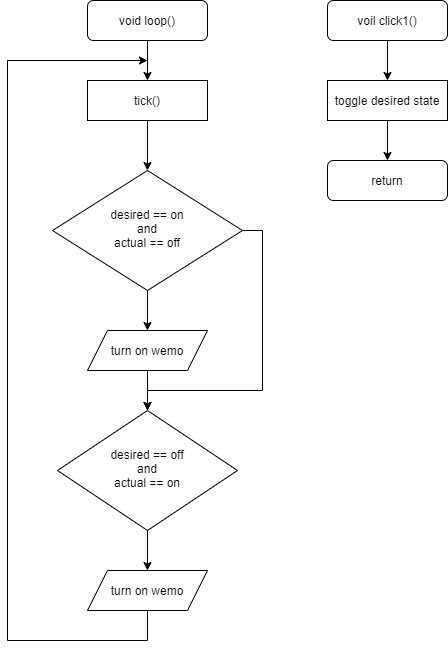
Above: L08_Ethernet/wemoNoTimer.png in ddc-iot/instructor_master (draw.io), before the change. Source tidied: cells renumbered, new cells last; positions are measured from the earlier drawing's top-left corner, leaving out a move shared by most shapes.
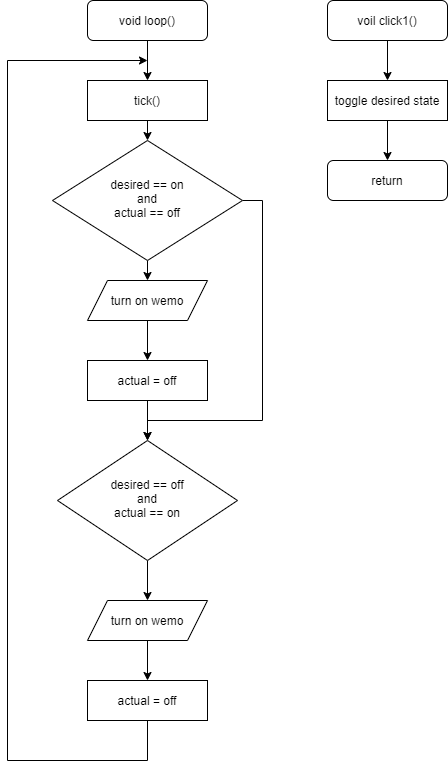
The same diagram one commit later.

What changed in the source:
```diff
@@ -8,20 +8,20 @@
     <mxCell id="3" value="void loop()" style="rounded=1;whiteSpace=wrap;html=1;fontSize=12;glass=0;strokeWidth=1;shadow=0;" parent="1" vertex="1">
       <mxGeometry x="80" width="120" height="40" as="geometry" />
     </mxCell>
+    <mxCell id="5" style="edgeStyle=orthogonalEdgeStyle;rounded=0;jettySize=auto;html=1;exitX=1;exitY=0.5;exitDx=0;exitDy=0;" parent="1" edge="1" source="6" target="15">
+      <mxGeometry relative="1" as="geometry">
+        <Array as="points">
+          <mxPoint x="255" y="200" />
+          <mxPoint x="255" y="420" />
+          <mxPoint x="140" y="420" />
+        </Array>
+      </mxGeometry>
+    </mxCell>
     <mxCell id="4" style="edgeStyle=orthogonalEdgeStyle;rounded=0;jettySize=auto;html=1;exitX=0.5;exitY=1;exitDx=0;exitDy=0;entryX=0.5;entryY=0;entryDx=0;entryDy=0;" parent="1" edge="1" source="6" target="13">
       <mxGeometry relative="1" as="geometry" />
     </mxCell>
-    <mxCell id="5" style="edgeStyle=orthogonalEdgeStyle;rounded=0;jettySize=auto;html=1;exitX=1;exitY=0.5;exitDx=0;exitDy=0;" parent="1" edge="1" source="6" target="15">
-      <mxGeometry relative="1" as="geometry">
-        <Array as="points">
-          <mxPoint x="255" y="230" />
-          <mxPoint x="255" y="390" />
-          <mxPoint x="140" y="390" />
-        </Array>
-      </mxGeometry>
-    </mxCell>
     <mxCell id="6" value="desired == on&lt;br&gt;and&lt;br&gt;actual == off" style="rhombus;whiteSpace=wrap;html=1;shadow=0;fontFamily=Helvetica;fontSize=12;align=center;strokeWidth=1;spacing=6;spacingTop=-4;" parent="1" vertex="1">
-      <mxGeometry x="45" y="170" width="190" height="120" as="geometry" />
+      <mxGeometry x="45" y="140" width="190" height="120" as="geometry" />
     </mxCell>
     <mxCell id="7" style="edgeStyle=orthogonalEdgeStyle;rounded=0;jettySize=auto;html=1;exitX=0.5;exitY=1;exitDx=0;exitDy=0;entryX=0.5;entryY=0;entryDx=0;entryDy=0;" parent="1" edge="1" source="8" target="10">
       <mxGeometry relative="1" as="geometry" />
@@ -38,30 +38,23 @@
     <mxCell id="11" value="return" style="rounded=1;whiteSpace=wrap;html=1;" parent="1" vertex="1">
       <mxGeometry x="320" y="160" width="120" height="40" as="geometry" />
     </mxCell>
-    <mxCell id="12" style="edgeStyle=orthogonalEdgeStyle;rounded=0;jettySize=auto;html=1;exitX=0.5;exitY=1;exitDx=0;exitDy=0;" parent="1" edge="1" source="13" target="15">
-      <mxGeometry relative="1" as="geometry" />
-    </mxCell>
+    <mxCell id="20" style="edgeStyle=orthogonalEdgeStyle;rounded=0;jettySize=auto;html=1;exitX=0.5;exitY=1;exitDx=0;exitDy=0;entryX=0.5;entryY=0;entryDx=0;entryDy=0;" parent="1" edge="1" source="13" target="25">
+      <mxGeometry relative="1" as="geometry" />
+    </mxCell>
     <mxCell id="13" value="turn on wemo" style="shape=parallelogram;perimeter=parallelogramPerimeter;whiteSpace=wrap;html=1;fixedSize=1;" parent="1" vertex="1">
-      <mxGeometry x="80" y="330" width="120" height="40" as="geometry" />
+      <mxGeometry x="80" y="280" width="120" height="40" as="geometry" />
     </mxCell>
     <mxCell id="14" style="edgeStyle=orthogonalEdgeStyle;rounded=0;jettySize=auto;html=1;exitX=0.5;exitY=1;exitDx=0;exitDy=0;entryX=0.5;entryY=0;entryDx=0;entryDy=0;" parent="1" edge="1" source="15" target="17">
       <mxGeometry relative="1" as="geometry" />
     </mxCell>
     <mxCell id="15" value="desired == off&lt;br&gt;and&lt;br&gt;actual == on" style="rhombus;whiteSpace=wrap;html=1;shadow=0;fontFamily=Helvetica;fontSize=12;align=center;strokeWidth=1;spacing=6;spacingTop=-4;" parent="1" vertex="1">
-      <mxGeometry x="50" y="410" width="180" height="120" as="geometry" />
+      <mxGeometry x="50" y="440" width="180" height="120" as="geometry" />
     </mxCell>
-    <mxCell id="16" style="edgeStyle=orthogonalEdgeStyle;rounded=0;jettySize=auto;html=1;exitX=0.5;exitY=1;exitDx=0;exitDy=0;" parent="1" edge="1" source="17">
-      <mxGeometry relative="1" as="geometry">
-        <mxPoint x="140" y="60" as="targetPoint" />
-        <Array as="points">
-          <mxPoint x="140" y="640" />
-          <mxPoint y="640" />
-          <mxPoint y="60" />
-        </Array>
-      </mxGeometry>
-    </mxCell>
+    <mxCell id="21" style="edgeStyle=orthogonalEdgeStyle;rounded=0;jettySize=auto;html=1;entryX=0.5;entryY=0;entryDx=0;entryDy=0;" parent="1" edge="1" source="17" target="23">
+      <mxGeometry relative="1" as="geometry" />
+    </mxCell>
     <mxCell id="17" value="turn on wemo" style="shape=parallelogram;perimeter=parallelogramPerimeter;whiteSpace=wrap;html=1;fixedSize=1;" parent="1" vertex="1">
-      <mxGeometry x="80" y="570" width="120" height="40" as="geometry" />
+      <mxGeometry x="80" y="600" width="120" height="40" as="geometry" />
     </mxCell>
     <mxCell id="18" style="edgeStyle=orthogonalEdgeStyle;rounded=0;jettySize=auto;html=1;exitX=0.5;exitY=1;exitDx=0;exitDy=0;entryX=0.5;entryY=0;entryDx=0;entryDy=0;" parent="1" edge="1" source="19" target="6">
       <mxGeometry relative="1" as="geometry" />
@@ -69,5 +62,24 @@
     <mxCell id="19" value="tick()" style="rounded=0;whiteSpace=wrap;html=1;" parent="1" vertex="1">
       <mxGeometry x="80" y="80" width="120" height="40" as="geometry" />
     </mxCell>
+    <mxCell id="22" style="edgeStyle=orthogonalEdgeStyle;rounded=0;jettySize=auto;html=1;exitX=0.5;exitY=1;exitDx=0;exitDy=0;" parent="1" edge="1" source="23">
+      <mxGeometry relative="1" as="geometry">
+        <mxPoint x="140" y="60" as="targetPoint" />
+        <Array as="points">
+          <mxPoint x="140" y="760" />
+          <mxPoint y="760" />
+          <mxPoint y="60" />
+        </Array>
+      </mxGeometry>
+    </mxCell>
+    <mxCell id="23" value="actual = off" style="rounded=0;whiteSpace=wrap;html=1;" parent="1" vertex="1">
+      <mxGeometry x="80" y="680" width="120" height="40" as="geometry" />
+    </mxCell>
+    <mxCell id="24" style="edgeStyle=orthogonalEdgeStyle;rounded=0;jettySize=auto;html=1;exitX=0.5;exitY=1;exitDx=0;exitDy=0;entryX=0.5;entryY=0;entryDx=0;entryDy=0;" parent="1" edge="1" source="25" target="15">
+      <mxGeometry relative="1" as="geometry" />
+    </mxCell>
+    <mxCell id="25" value="actual = off" style="rounded=0;whiteSpace=wrap;html=1;" parent="1" vertex="1">
+      <mxGeometry x="80" y="360" width="120" height="40" as="geometry" />
+    </mxCell>
   </root>
 </mxGraphModel>
```
